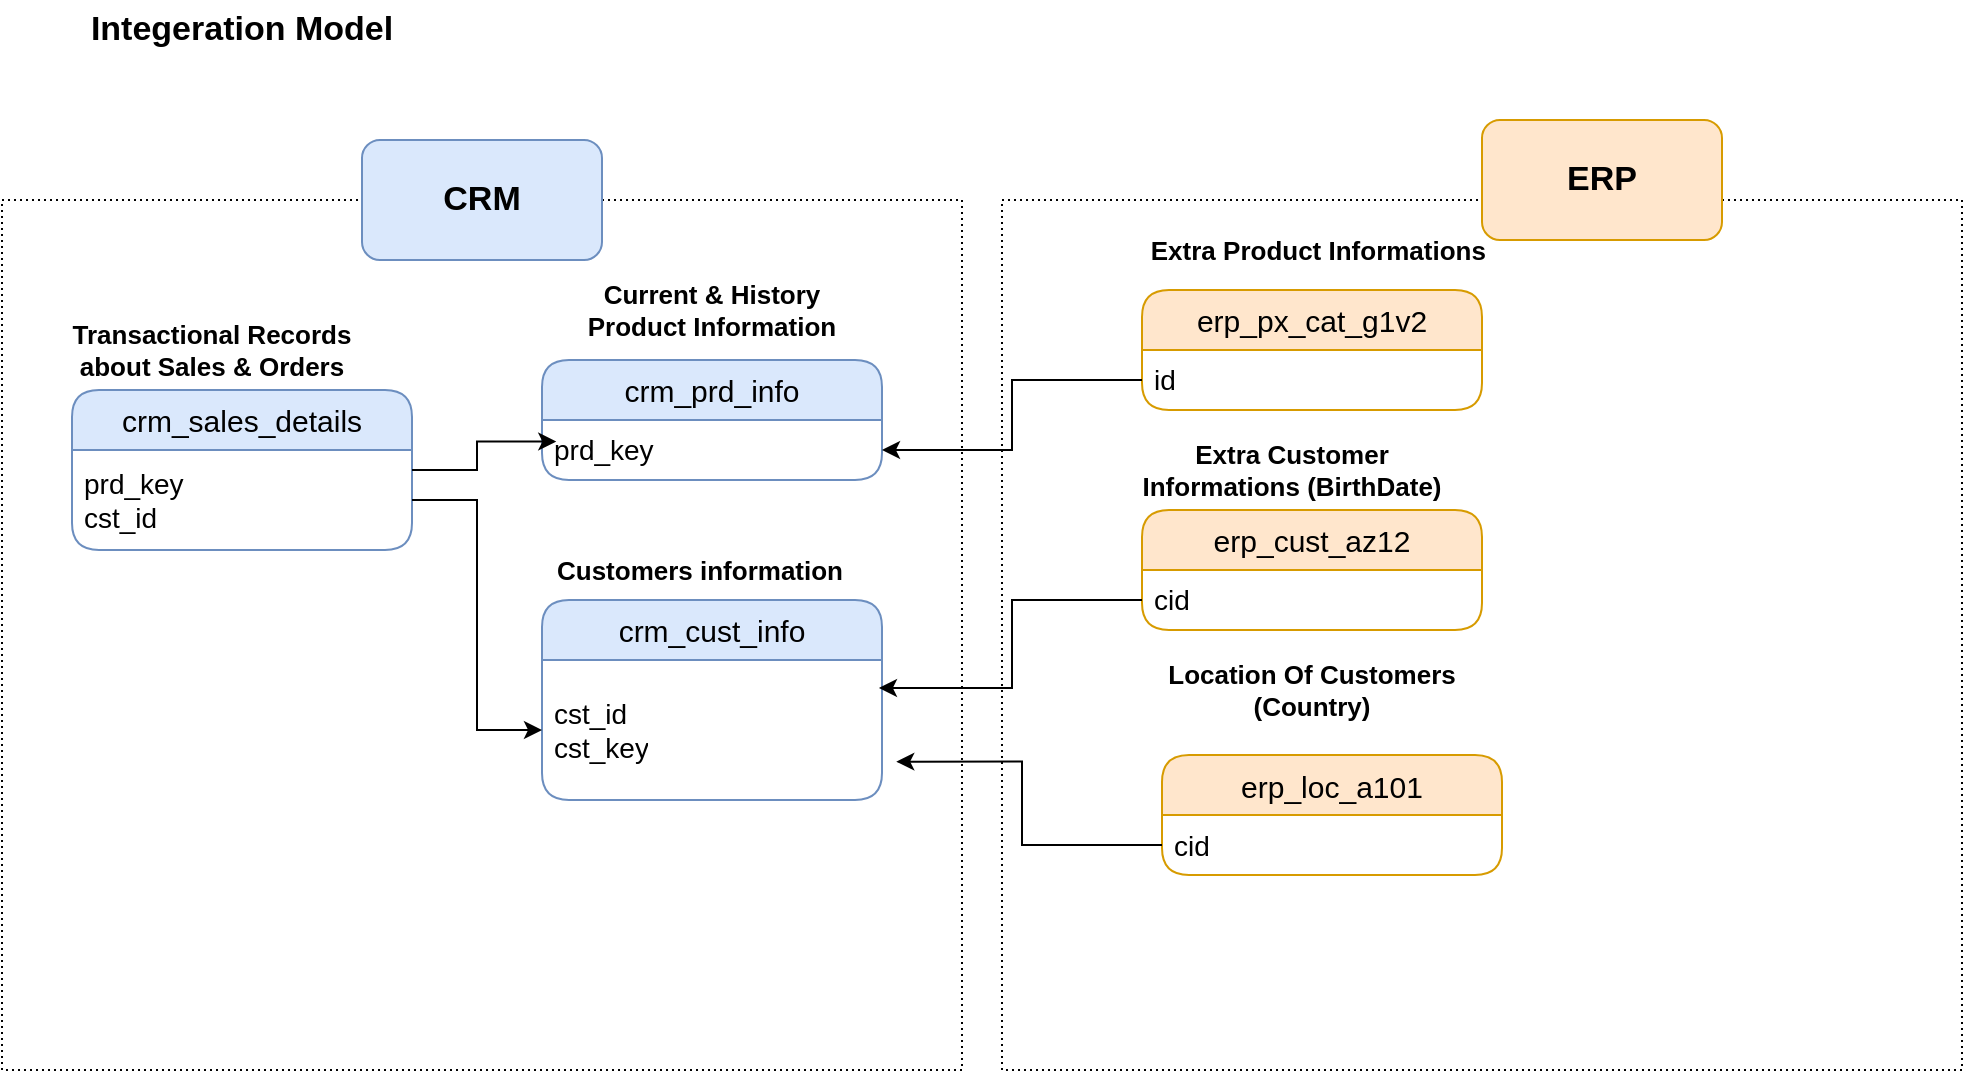
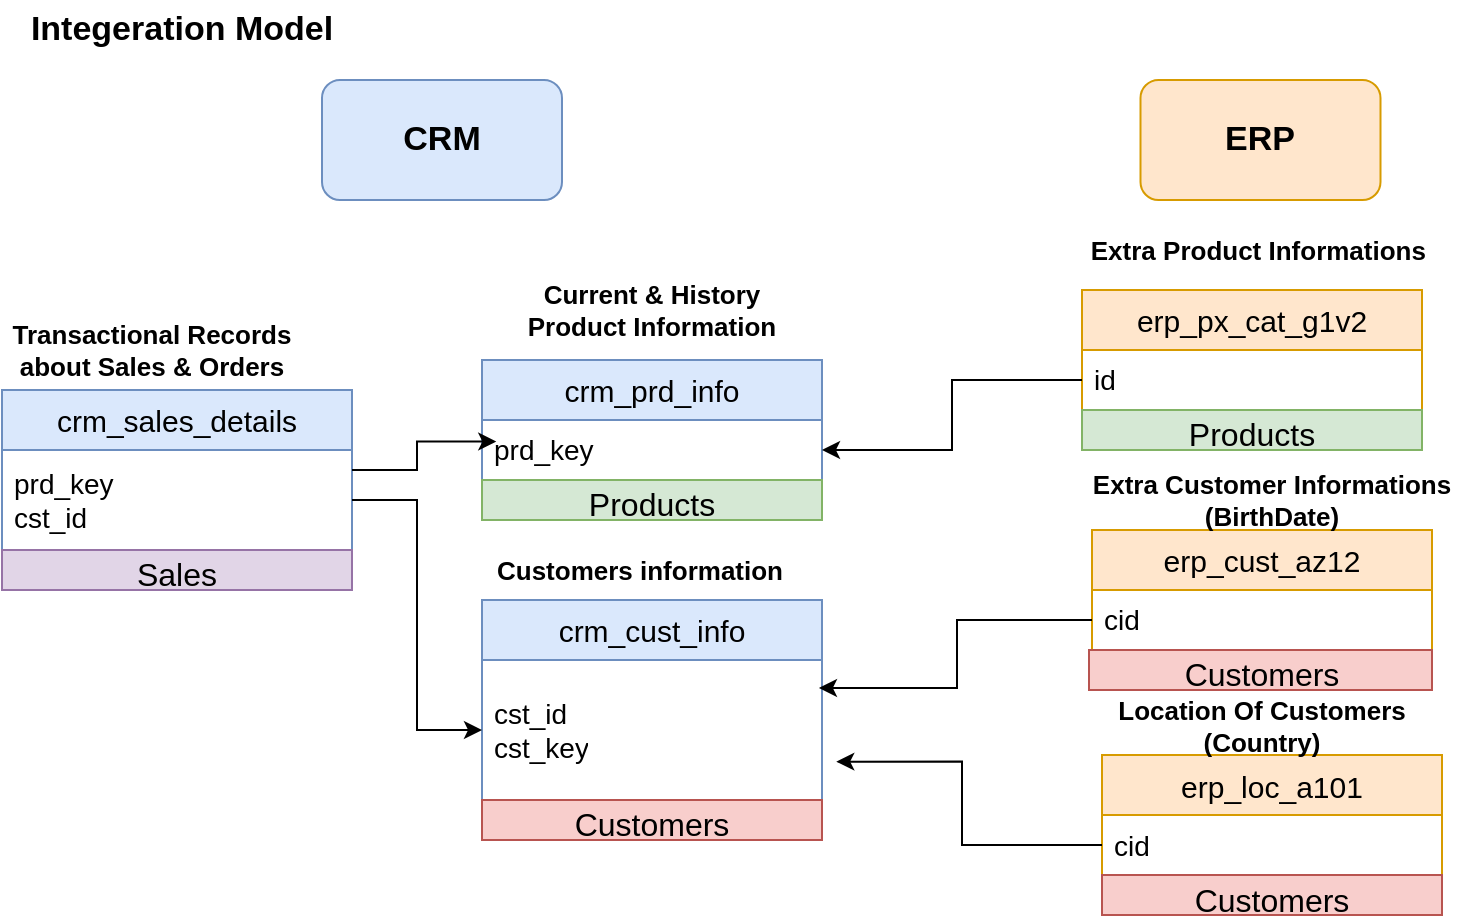
<mxfile host="Electron" agent="Mozilla/5.0 (Windows NT 10.0; Win64; x64) AppleWebKit/537.36 (KHTML, like Gecko) draw.io/29.5.2 Chrome/142.0.7444.265 Electron/39.6.1 Safari/537.36" version="29.5.2">
  <diagram name="Page-1" id="EVa-t-C_Vi6tnIU0gjSh">
-     <mxGraphModel dx="1869" dy="634" grid="1" gridSize="10" guides="1" tooltips="1" connect="1" arrows="1" fold="1" page="1" pageScale="1" pageWidth="827" pageHeight="1169" math="0" shadow="0">
+     <mxGraphModel dx="1042" dy="634" grid="1" gridSize="10" guides="1" tooltips="1" connect="1" arrows="1" fold="1" page="1" pageScale="1" pageWidth="827" pageHeight="1169" math="0" shadow="0">
      <root>
        <mxCell id="0" />
        <mxCell id="1" parent="0" />
        <mxCell id="s7zG8eNb7X9vmxY8pdCl-1" parent="1" style="text;html=1;whiteSpace=wrap;strokeColor=none;fillColor=none;align=center;verticalAlign=middle;rounded=0;" value="&lt;font style=&quot;font-size: 17px;&quot;&gt;&lt;b&gt;Integeration Model&lt;/b&gt;&lt;/font&gt;" vertex="1">
          <mxGeometry height="30" width="160" x="30" y="20" as="geometry" />
        </mxCell>
-         <mxCell id="s7zG8eNb7X9vmxY8pdCl-3" parent="1" style="swimlane;fontStyle=0;childLayout=stackLayout;horizontal=1;startSize=30;horizontalStack=0;resizeParent=1;resizeParentMax=0;resizeLast=0;collapsible=1;marginBottom=0;whiteSpace=wrap;html=1;fillColor=#dae8fc;strokeColor=#6c8ebf;fontSize=15;rounded=1;" value="crm_cust_info" vertex="1">
+         <mxCell id="s7zG8eNb7X9vmxY8pdCl-3" parent="1" style="swimlane;fontStyle=0;childLayout=stackLayout;horizontal=1;startSize=30;horizontalStack=0;resizeParent=1;resizeParentMax=0;resizeLast=0;collapsible=1;marginBottom=0;whiteSpace=wrap;html=1;fillColor=#dae8fc;strokeColor=#6c8ebf;fontSize=15;rounded=0;" value="crm_cust_info" vertex="1">
          <mxGeometry height="100" width="170" x="260" y="320" as="geometry" />
        </mxCell>
        <mxCell id="s7zG8eNb7X9vmxY8pdCl-4" parent="s7zG8eNb7X9vmxY8pdCl-3" style="text;strokeColor=none;fillColor=none;align=left;verticalAlign=middle;spacingLeft=4;spacingRight=4;overflow=hidden;points=[[0,0.5],[1,0.5]];portConstraint=eastwest;rotatable=0;whiteSpace=wrap;html=1;" value="&lt;font style=&quot;font-size: 14px;&quot;&gt;cst_id&lt;/font&gt;&lt;div&gt;&lt;font style=&quot;font-size: 14px;&quot;&gt;cst_key&lt;/font&gt;&lt;/div&gt;" vertex="1">
          <mxGeometry height="70" width="170" y="30" as="geometry" />
        </mxCell>
        <mxCell id="s7zG8eNb7X9vmxY8pdCl-15" parent="1" style="text;html=1;whiteSpace=wrap;strokeColor=none;fillColor=none;align=center;verticalAlign=middle;rounded=0;" value="&lt;font style=&quot;font-size: 13px;&quot;&gt;&lt;b&gt;Current &amp;amp; History Product Information&lt;/b&gt;&lt;/font&gt;" vertex="1">
          <mxGeometry height="30" width="150" x="270" y="160" as="geometry" />
        </mxCell>
-         <mxCell id="s7zG8eNb7X9vmxY8pdCl-16" parent="1" style="swimlane;fontStyle=0;childLayout=stackLayout;horizontal=1;startSize=30;horizontalStack=0;resizeParent=1;resizeParentMax=0;resizeLast=0;collapsible=1;marginBottom=0;whiteSpace=wrap;html=1;fillColor=#dae8fc;strokeColor=#6c8ebf;fontSize=15;rounded=1;" value="crm_prd_info" vertex="1">
+         <mxCell id="s7zG8eNb7X9vmxY8pdCl-16" parent="1" style="swimlane;fontStyle=0;childLayout=stackLayout;horizontal=1;startSize=30;horizontalStack=0;resizeParent=1;resizeParentMax=0;resizeLast=0;collapsible=1;marginBottom=0;whiteSpace=wrap;html=1;fillColor=#dae8fc;strokeColor=#6c8ebf;fontSize=15;rounded=0;" value="crm_prd_info" vertex="1">
          <mxGeometry height="60" width="170" x="260" y="200" as="geometry" />
        </mxCell>
        <mxCell id="s7zG8eNb7X9vmxY8pdCl-17" parent="s7zG8eNb7X9vmxY8pdCl-16" style="text;strokeColor=none;fillColor=none;align=left;verticalAlign=middle;spacingLeft=4;spacingRight=4;overflow=hidden;points=[[0,0.5],[1,0.5]];portConstraint=eastwest;rotatable=0;whiteSpace=wrap;html=1;" value="&lt;font style=&quot;font-size: 14px;&quot;&gt;prd_key&lt;/font&gt;" vertex="1">
          <mxGeometry height="30" width="170" y="30" as="geometry" />
        </mxCell>
-         <mxCell id="s7zG8eNb7X9vmxY8pdCl-18" parent="1" style="swimlane;fontStyle=0;childLayout=stackLayout;horizontal=1;startSize=30;horizontalStack=0;resizeParent=1;resizeParentMax=0;resizeLast=0;collapsible=1;marginBottom=0;whiteSpace=wrap;html=1;fillColor=#dae8fc;strokeColor=#6c8ebf;fontSize=15;rounded=1;" value="crm_sales_details" vertex="1">
-           <mxGeometry height="80" width="170" x="25" y="215" as="geometry" />
+         <mxCell id="s7zG8eNb7X9vmxY8pdCl-18" parent="1" style="swimlane;fontStyle=0;childLayout=stackLayout;horizontal=1;startSize=30;horizontalStack=0;resizeParent=1;resizeParentMax=0;resizeLast=0;collapsible=1;marginBottom=0;whiteSpace=wrap;html=1;fillColor=#dae8fc;strokeColor=#6c8ebf;fontSize=15;rounded=0;" value="crm_sales_details" vertex="1">
+           <mxGeometry height="80" width="175" x="20" y="215" as="geometry" />
        </mxCell>
        <mxCell id="s7zG8eNb7X9vmxY8pdCl-19" parent="s7zG8eNb7X9vmxY8pdCl-18" style="text;strokeColor=none;fillColor=none;align=left;verticalAlign=middle;spacingLeft=4;spacingRight=4;overflow=hidden;points=[[0,0.5],[1,0.5]];portConstraint=eastwest;rotatable=0;whiteSpace=wrap;html=1;" value="&lt;font style=&quot;font-size: 14px;&quot;&gt;prd_key&lt;/font&gt;&lt;div&gt;&lt;font style=&quot;font-size: 14px;&quot;&gt;cst_id&lt;/font&gt;&lt;/div&gt;" vertex="1">
-           <mxGeometry height="50" width="170" y="30" as="geometry" />
+           <mxGeometry height="50" width="175" y="30" as="geometry" />
        </mxCell>
        <mxCell id="s7zG8eNb7X9vmxY8pdCl-24" edge="1" parent="1" source="s7zG8eNb7X9vmxY8pdCl-19" style="edgeStyle=orthogonalEdgeStyle;rounded=0;orthogonalLoop=1;jettySize=auto;html=1;" target="s7zG8eNb7X9vmxY8pdCl-4" value="">
          <mxGeometry relative="1" as="geometry" />
        </mxCell>
        <mxCell id="s7zG8eNb7X9vmxY8pdCl-26" edge="1" parent="1" source="s7zG8eNb7X9vmxY8pdCl-18" style="edgeStyle=orthogonalEdgeStyle;rounded=0;orthogonalLoop=1;jettySize=auto;html=1;entryX=0.042;entryY=0.36;entryDx=0;entryDy=0;entryPerimeter=0;" target="s7zG8eNb7X9vmxY8pdCl-17">
          <mxGeometry relative="1" as="geometry" />
        </mxCell>
        <mxCell id="s7zG8eNb7X9vmxY8pdCl-27" parent="1" style="text;html=1;whiteSpace=wrap;strokeColor=none;fillColor=none;align=center;verticalAlign=middle;rounded=0;" value="&lt;font style=&quot;font-size: 13px;&quot;&gt;&lt;b&gt;Customers information&lt;/b&gt;&lt;/font&gt;" vertex="1">
          <mxGeometry height="30" width="150" x="264" y="290" as="geometry" />
        </mxCell>
        <mxCell id="s7zG8eNb7X9vmxY8pdCl-28" parent="1" style="text;html=1;whiteSpace=wrap;strokeColor=none;fillColor=none;align=center;verticalAlign=middle;rounded=0;" value="&lt;span style=&quot;font-size: 13px;&quot;&gt;&lt;b&gt;Transactional Records about Sales &amp;amp; Orders&lt;/b&gt;&lt;/span&gt;" vertex="1">
          <mxGeometry height="30" width="150" x="20" y="180" as="geometry" />
        </mxCell>
-         <mxCell id="s7zG8eNb7X9vmxY8pdCl-29" parent="1" style="swimlane;fontStyle=0;childLayout=stackLayout;horizontal=1;startSize=30;horizontalStack=0;resizeParent=1;resizeParentMax=0;resizeLast=0;collapsible=1;marginBottom=0;whiteSpace=wrap;html=1;fillColor=#ffe6cc;strokeColor=#d79b00;fontSize=15;rounded=1;" value="erp_cust_az12" vertex="1">
-           <mxGeometry height="60" width="170" x="560" y="275" as="geometry" />
+         <mxCell id="s7zG8eNb7X9vmxY8pdCl-29" parent="1" style="swimlane;fontStyle=0;childLayout=stackLayout;horizontal=1;startSize=30;horizontalStack=0;resizeParent=1;resizeParentMax=0;resizeLast=0;collapsible=1;marginBottom=0;whiteSpace=wrap;html=1;fillColor=#ffe6cc;strokeColor=#d79b00;fontSize=15;rounded=0;" value="erp_cust_az12" vertex="1">
+           <mxGeometry height="60" width="170" x="565" y="285" as="geometry" />
        </mxCell>
        <mxCell id="s7zG8eNb7X9vmxY8pdCl-30" parent="s7zG8eNb7X9vmxY8pdCl-29" style="text;strokeColor=none;fillColor=none;align=left;verticalAlign=middle;spacingLeft=4;spacingRight=4;overflow=hidden;points=[[0,0.5],[1,0.5]];portConstraint=eastwest;rotatable=0;whiteSpace=wrap;html=1;" value="&lt;font style=&quot;font-size: 14px;&quot;&gt;cid&lt;/font&gt;" vertex="1">
          <mxGeometry height="30" width="170" y="30" as="geometry" />
        </mxCell>
-         <mxCell id="s7zG8eNb7X9vmxY8pdCl-32" parent="1" style="swimlane;fontStyle=0;childLayout=stackLayout;horizontal=1;startSize=30;horizontalStack=0;resizeParent=1;resizeParentMax=0;resizeLast=0;collapsible=1;marginBottom=0;whiteSpace=wrap;html=1;fillColor=#ffe6cc;strokeColor=#d79b00;fontSize=15;rounded=1;" value="erp_loc_a101" vertex="1">
+         <mxCell id="s7zG8eNb7X9vmxY8pdCl-32" parent="1" style="swimlane;fontStyle=0;childLayout=stackLayout;horizontal=1;startSize=30;horizontalStack=0;resizeParent=1;resizeParentMax=0;resizeLast=0;collapsible=1;marginBottom=0;whiteSpace=wrap;html=1;fillColor=#ffe6cc;strokeColor=#d79b00;fontSize=15;rounded=0;" value="erp_loc_a101" vertex="1">
          <mxGeometry height="60" width="170" x="570" y="397.5" as="geometry" />
        </mxCell>
        <mxCell id="s7zG8eNb7X9vmxY8pdCl-33" parent="s7zG8eNb7X9vmxY8pdCl-32" style="text;strokeColor=none;fillColor=none;align=left;verticalAlign=middle;spacingLeft=4;spacingRight=4;overflow=hidden;points=[[0,0.5],[1,0.5]];portConstraint=eastwest;rotatable=0;whiteSpace=wrap;html=1;" value="&lt;font style=&quot;font-size: 14px;&quot;&gt;cid&lt;/font&gt;" vertex="1">
          <mxGeometry height="30" width="170" y="30" as="geometry" />
        </mxCell>
        <mxCell id="s7zG8eNb7X9vmxY8pdCl-37" edge="1" parent="1" source="s7zG8eNb7X9vmxY8pdCl-30" style="edgeStyle=orthogonalEdgeStyle;rounded=0;orthogonalLoop=1;jettySize=auto;html=1;entryX=0.991;entryY=0.2;entryDx=0;entryDy=0;entryPerimeter=0;" target="s7zG8eNb7X9vmxY8pdCl-4">
          <mxGeometry relative="1" as="geometry" />
        </mxCell>
        <mxCell id="s7zG8eNb7X9vmxY8pdCl-38" edge="1" parent="1" source="s7zG8eNb7X9vmxY8pdCl-33" style="edgeStyle=orthogonalEdgeStyle;rounded=0;orthogonalLoop=1;jettySize=auto;html=1;entryX=1.042;entryY=0.726;entryDx=0;entryDy=0;entryPerimeter=0;" target="s7zG8eNb7X9vmxY8pdCl-4">
          <mxGeometry relative="1" as="geometry" />
        </mxCell>
-         <mxCell id="s7zG8eNb7X9vmxY8pdCl-40" parent="1" style="swimlane;fontStyle=0;childLayout=stackLayout;horizontal=1;startSize=30;horizontalStack=0;resizeParent=1;resizeParentMax=0;resizeLast=0;collapsible=1;marginBottom=0;whiteSpace=wrap;html=1;fillColor=#ffe6cc;strokeColor=#d79b00;fontSize=15;rounded=1;" value="erp_px_cat_g1v2" vertex="1">
+         <mxCell id="s7zG8eNb7X9vmxY8pdCl-40" parent="1" style="swimlane;fontStyle=0;childLayout=stackLayout;horizontal=1;startSize=30;horizontalStack=0;resizeParent=1;resizeParentMax=0;resizeLast=0;collapsible=1;marginBottom=0;whiteSpace=wrap;html=1;fillColor=#ffe6cc;strokeColor=#d79b00;fontSize=15;rounded=0;" value="erp_px_cat_g1v2" vertex="1">
          <mxGeometry height="60" width="170" x="560" y="165" as="geometry" />
        </mxCell>
        <mxCell id="s7zG8eNb7X9vmxY8pdCl-41" parent="s7zG8eNb7X9vmxY8pdCl-40" style="text;strokeColor=none;fillColor=none;align=left;verticalAlign=middle;spacingLeft=4;spacingRight=4;overflow=hidden;points=[[0,0.5],[1,0.5]];portConstraint=eastwest;rotatable=0;whiteSpace=wrap;html=1;" value="&lt;font style=&quot;font-size: 14px;&quot;&gt;id&lt;/font&gt;" vertex="1">
          <mxGeometry height="30" width="170" y="30" as="geometry" />
        </mxCell>
        <mxCell id="s7zG8eNb7X9vmxY8pdCl-42" edge="1" parent="1" source="s7zG8eNb7X9vmxY8pdCl-41" style="edgeStyle=orthogonalEdgeStyle;rounded=0;orthogonalLoop=1;jettySize=auto;html=1;entryX=1;entryY=0.5;entryDx=0;entryDy=0;" target="s7zG8eNb7X9vmxY8pdCl-17">
          <mxGeometry relative="1" as="geometry" />
        </mxCell>
        <mxCell id="s7zG8eNb7X9vmxY8pdCl-43" parent="1" style="text;html=1;whiteSpace=wrap;strokeColor=none;fillColor=none;align=center;verticalAlign=middle;rounded=0;" value="&lt;font style=&quot;font-size: 13px;&quot;&gt;&lt;b&gt;Location Of Customers (Country)&lt;/b&gt;&lt;/font&gt;" vertex="1">
-           <mxGeometry height="30" width="150" x="570" y="350" as="geometry" />
+           <mxGeometry height="30" width="150" x="575" y="367.5" as="geometry" />
        </mxCell>
        <mxCell id="s7zG8eNb7X9vmxY8pdCl-44" parent="1" style="text;html=1;whiteSpace=wrap;strokeColor=none;fillColor=none;align=center;verticalAlign=middle;rounded=0;" value="&lt;font style=&quot;font-size: 13px;&quot;&gt;&lt;b&gt;Extra Customer Informations (BirthDate)&lt;/b&gt;&lt;/font&gt;" vertex="1">
-           <mxGeometry height="30" width="170" x="550" y="240" as="geometry" />
+           <mxGeometry height="30" width="190" x="560" y="255" as="geometry" />
        </mxCell>
        <mxCell id="s7zG8eNb7X9vmxY8pdCl-45" parent="1" style="text;html=1;whiteSpace=wrap;strokeColor=none;fillColor=none;align=center;verticalAlign=middle;rounded=0;" value="&lt;font style=&quot;font-size: 13px;&quot;&gt;&lt;b&gt;Extra Product Informations&amp;nbsp;&lt;/b&gt;&lt;/font&gt;" vertex="1">
          <mxGeometry height="30" width="180" x="560" y="130" as="geometry" />
        </mxCell>
-         <mxCell id="s7zG8eNb7X9vmxY8pdCl-47" parent="1" style="rounded=0;whiteSpace=wrap;html=1;fillColor=none;dashed=1;dashPattern=1 2;" value="" vertex="1">
-           <mxGeometry height="435" width="480" x="-10" y="120" as="geometry" />
-         </mxCell>
-         <mxCell id="s7zG8eNb7X9vmxY8pdCl-48" parent="1" style="rounded=0;whiteSpace=wrap;html=1;fillColor=none;dashed=1;dashPattern=1 2;" value="" vertex="1">
-           <mxGeometry height="435" width="480" x="490" y="120" as="geometry" />
-         </mxCell>
        <mxCell id="s7zG8eNb7X9vmxY8pdCl-49" parent="1" style="rounded=1;whiteSpace=wrap;html=1;fillColor=#dae8fc;strokeColor=#6c8ebf;" value="&lt;font style=&quot;font-size: 17px;&quot;&gt;&lt;b&gt;CRM&lt;/b&gt;&lt;/font&gt;" vertex="1">
-           <mxGeometry height="60" width="120" x="170" y="90" as="geometry" />
+           <mxGeometry height="60" width="120" x="180" y="60" as="geometry" />
        </mxCell>
        <mxCell id="s7zG8eNb7X9vmxY8pdCl-50" parent="1" style="rounded=1;whiteSpace=wrap;html=1;fillColor=#ffe6cc;strokeColor=#d79b00;" value="&lt;font style=&quot;font-size: 17px;&quot;&gt;&lt;b&gt;ERP&lt;/b&gt;&lt;/font&gt;" vertex="1">
-           <mxGeometry height="60" width="120" x="730" y="80" as="geometry" />
+           <mxGeometry height="60" width="120" x="589.25" y="60" as="geometry" />
+         </mxCell>
+         <mxCell id="s7zG8eNb7X9vmxY8pdCl-51" parent="1" style="text;html=1;strokeColor=#82b366;fillColor=#d5e8d4;align=center;verticalAlign=middle;whiteSpace=wrap;overflow=hidden;" value="&lt;font style=&quot;font-size: 16px;&quot;&gt;Products&lt;/font&gt;" vertex="1">
+           <mxGeometry height="20" width="170" x="560" y="225" as="geometry" />
+         </mxCell>
+         <mxCell id="s7zG8eNb7X9vmxY8pdCl-52" parent="1" style="text;html=1;strokeColor=#b85450;fillColor=#f8cecc;align=center;verticalAlign=middle;whiteSpace=wrap;overflow=hidden;" value="&lt;font style=&quot;font-size: 16px;&quot;&gt;Customers&lt;/font&gt;" vertex="1">
+           <mxGeometry height="20" width="170" x="570" y="457.5" as="geometry" />
+         </mxCell>
+         <mxCell id="s7zG8eNb7X9vmxY8pdCl-53" parent="1" style="text;html=1;strokeColor=#82b366;fillColor=#d5e8d4;align=center;verticalAlign=middle;whiteSpace=wrap;overflow=hidden;" value="&lt;font style=&quot;font-size: 16px;&quot;&gt;Products&lt;/font&gt;" vertex="1">
+           <mxGeometry height="20" width="170" x="260" y="260" as="geometry" />
+         </mxCell>
+         <mxCell id="s7zG8eNb7X9vmxY8pdCl-54" parent="1" style="text;html=1;strokeColor=#9673a6;fillColor=#e1d5e7;align=center;verticalAlign=middle;whiteSpace=wrap;overflow=hidden;" value="&lt;font style=&quot;font-size: 16px;&quot;&gt;Sales&lt;/font&gt;" vertex="1">
+           <mxGeometry height="20" width="175" x="20" y="295" as="geometry" />
+         </mxCell>
+         <mxCell id="s7zG8eNb7X9vmxY8pdCl-55" parent="1" style="text;html=1;strokeColor=#b85450;fillColor=#f8cecc;align=center;verticalAlign=middle;whiteSpace=wrap;overflow=hidden;" value="&lt;font style=&quot;font-size: 16px;&quot;&gt;Customers&lt;/font&gt;" vertex="1">
+           <mxGeometry height="20" width="171.5" x="563.5" y="345" as="geometry" />
+         </mxCell>
+         <mxCell id="s7zG8eNb7X9vmxY8pdCl-56" parent="1" style="text;html=1;strokeColor=#b85450;fillColor=#f8cecc;align=center;verticalAlign=middle;whiteSpace=wrap;overflow=hidden;" value="&lt;font style=&quot;font-size: 16px;&quot;&gt;Customers&lt;/font&gt;" vertex="1">
+           <mxGeometry height="20" width="170" x="260" y="420" as="geometry" />
        </mxCell>
      </root>
    </mxGraphModel>
  </diagram>
</mxfile>
